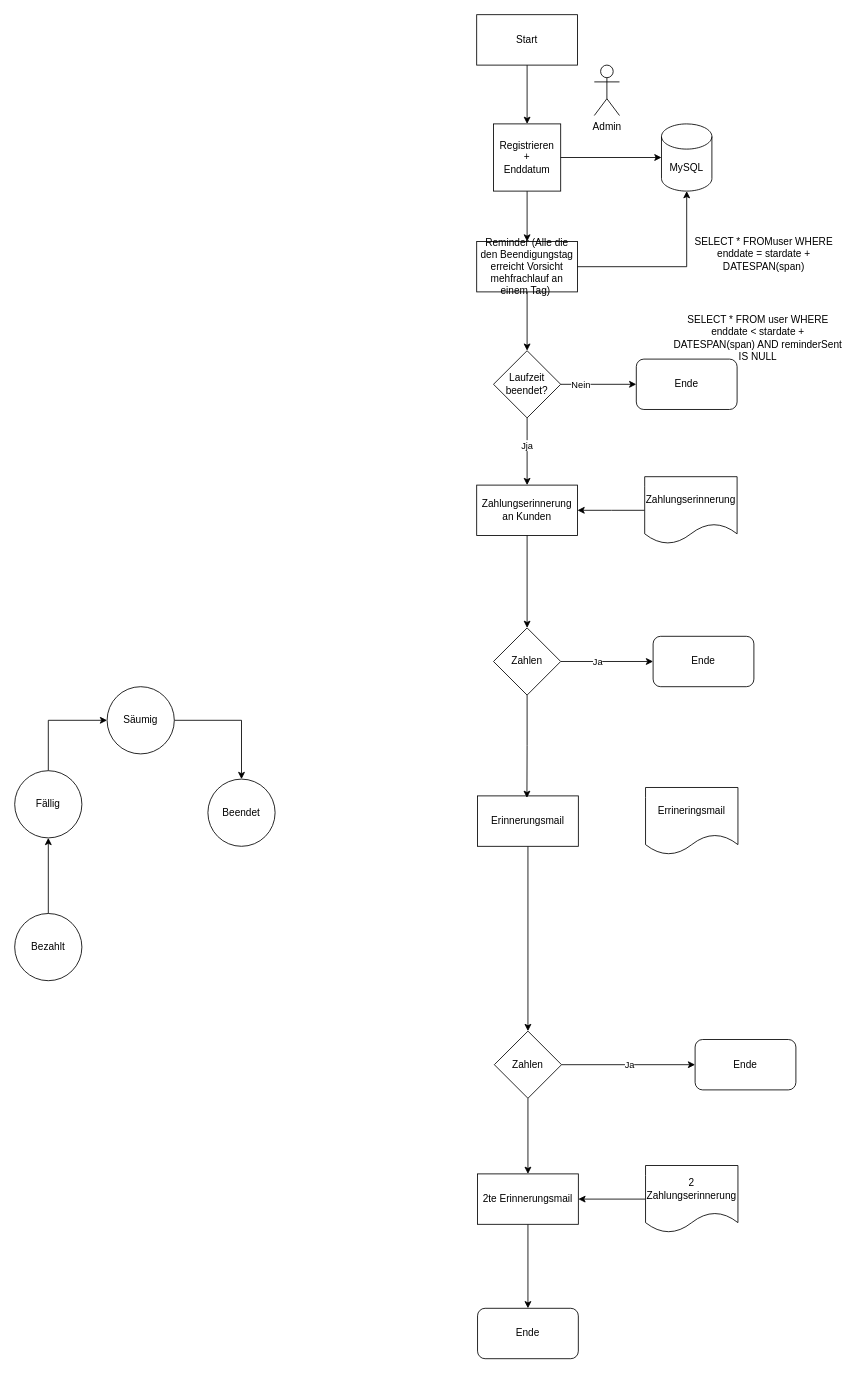
Above: docs/draft.drawio in pamoller/ernesto-payment-reminder (draw.io), before the change. Source tidied: cells renumbered, new cells numbered last; positions are measured from the earlier drawing's top-left corner, leaving out a move shared by most shapes. Both pictures are drawn from the tidied source at 84%, with x=0, y=0 at pixel (14, 14).
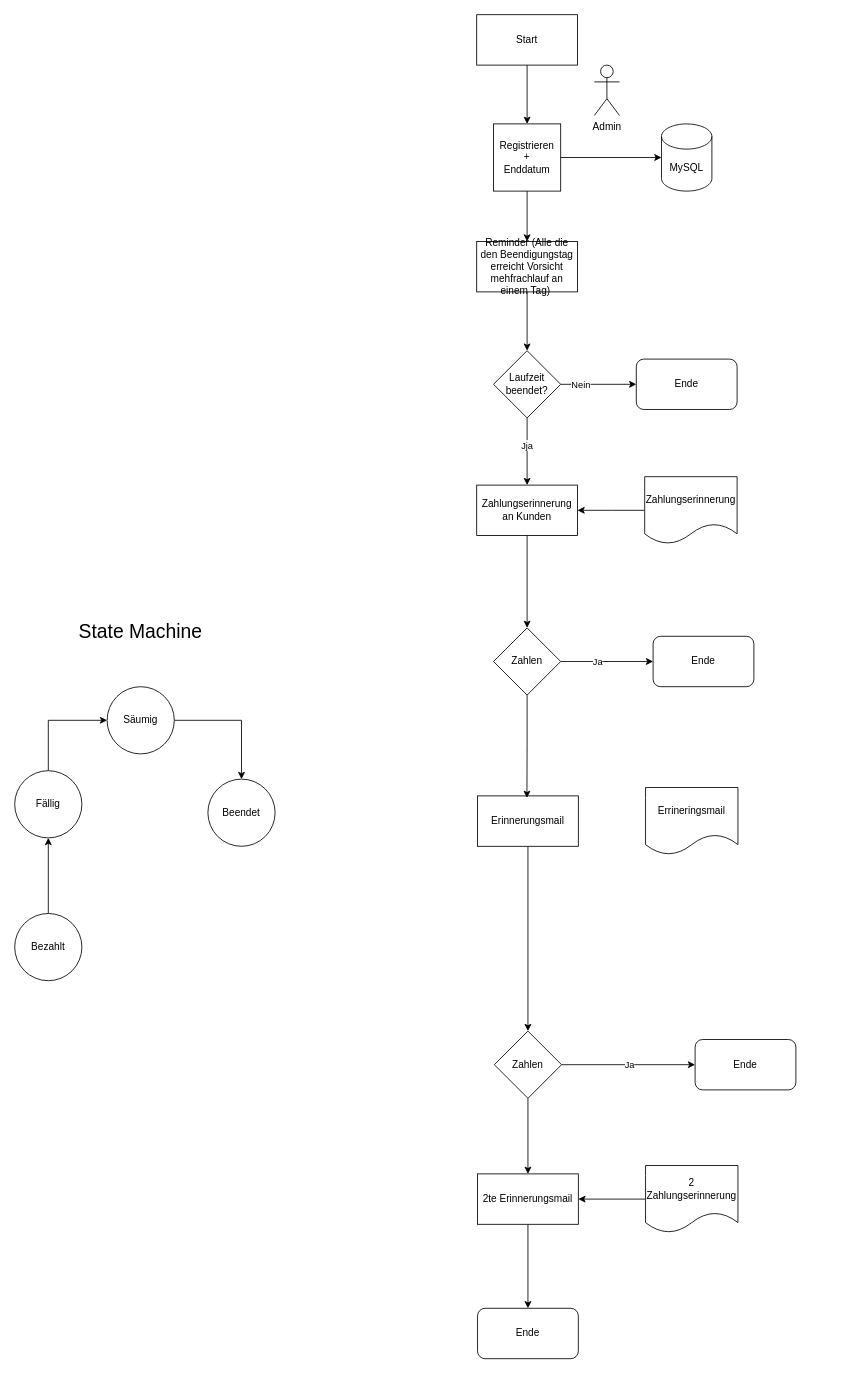
After the change.

The change refers to these unchanged cells:
```xml
<mxCell id="7" value="MySQL" style="shape=cylinder3;whiteSpace=wrap;html=1;boundedLbl=1;backgroundOutline=1;size=15;" parent="1" vertex="1">
  <mxGeometry x="770" y="130" width="60" height="80" as="geometry" />
</mxCell>
<mxCell id="10" value="Reminder (Alle die den Beendigungstag erreicht Vorsicht mehfrachlauf an einem Tag)&amp;nbsp;" style="rounded=0;whiteSpace=wrap;html=1;" parent="1" vertex="1">
  <mxGeometry x="550" y="270" width="120" height="60" as="geometry" />
</mxCell>
```

What changed in the source:
```diff
@@
-    <mxCell id="11" style="edgeStyle=orthogonalEdgeStyle;rounded=0;jettySize=auto;html=1;exitX=1;exitY=0.5;exitDx=0;exitDy=0;entryX=0.5;entryY=1;entryDx=0;entryDy=0;entryPerimeter=0;defaultLabelBackgroundColor=page;labelPadding=0 4;" parent="1" edge="1" source="10" target="7">
-      <mxGeometry relative="1" as="geometry" />
-    </mxCell>
@@
-    <mxCell id="22" value="SELECT * FROMuser WHERE enddate = stardate + DATESPAN(span)" style="text;html=1;whiteSpace=wrap;strokeColor=none;fillColor=none;align=center;verticalAlign=middle;rounded=0;" parent="1" vertex="1">
-      <mxGeometry x="787" y="270" width="210" height="30" as="geometry" />
-    </mxCell>
-    <mxCell id="23" value="SELECT * FROM user WHERE enddate &amp;lt; stardate + DATESPAN(span) AND reminderSent IS NULL" style="text;html=1;whiteSpace=wrap;strokeColor=none;fillColor=none;align=center;verticalAlign=middle;rounded=0;" parent="1" vertex="1">
-      <mxGeometry x="780" y="370" width="210" height="30" as="geometry" />
-    </mxCell>
@@
+    <mxCell id="49" value="&lt;font style=&quot;font-size: 23px;&quot;&gt;State Machine&lt;/font&gt;" style="text;html=1;whiteSpace=wrap;strokeColor=none;fillColor=none;align=center;verticalAlign=middle;rounded=0;" parent="1" vertex="1">
+      <mxGeometry x="50" y="720" width="200" height="30" as="geometry" />
+    </mxCell>
```
